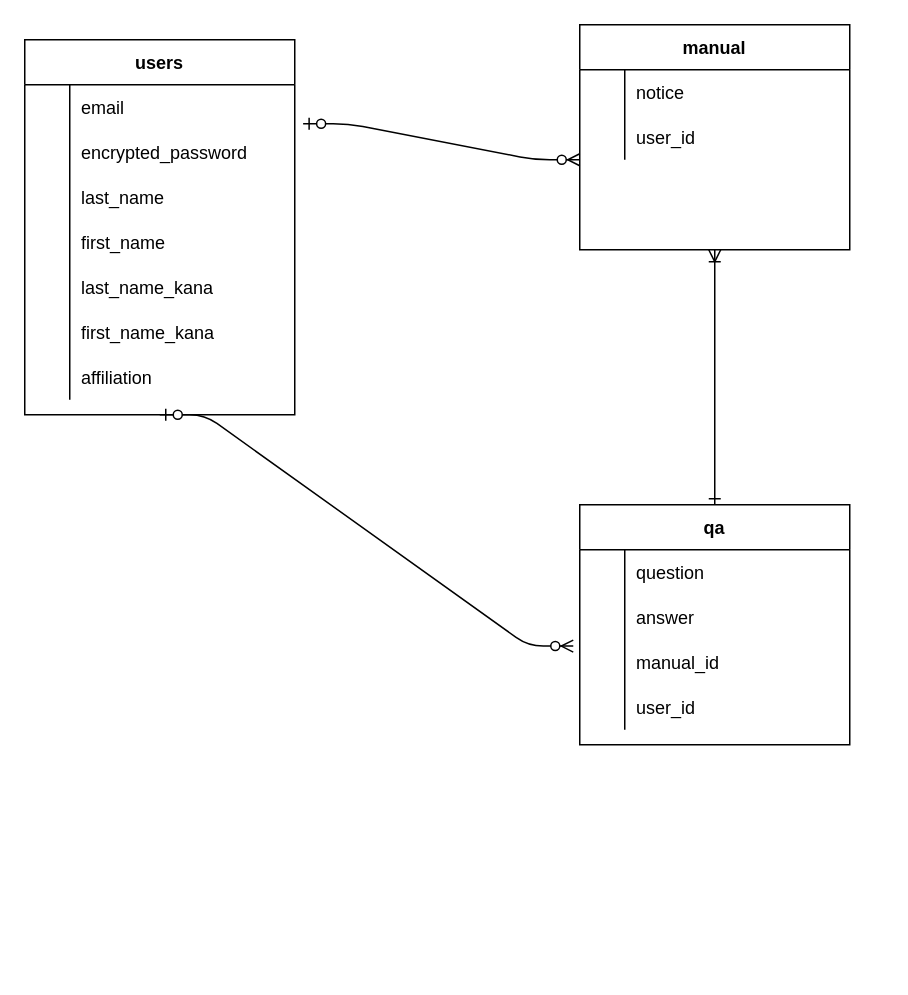
This is test.dio from yohikazu-shibuya/share_works, a draw.io file, before an edit. Source tidied: cells renumbered, new cells numbered last; positions are measured from the earlier drawing's top-left corner, leaving out a move shared by most shapes. Both pictures are drawn from the tidied source at 150%, with x=0, y=0 at pixel (24, 24).
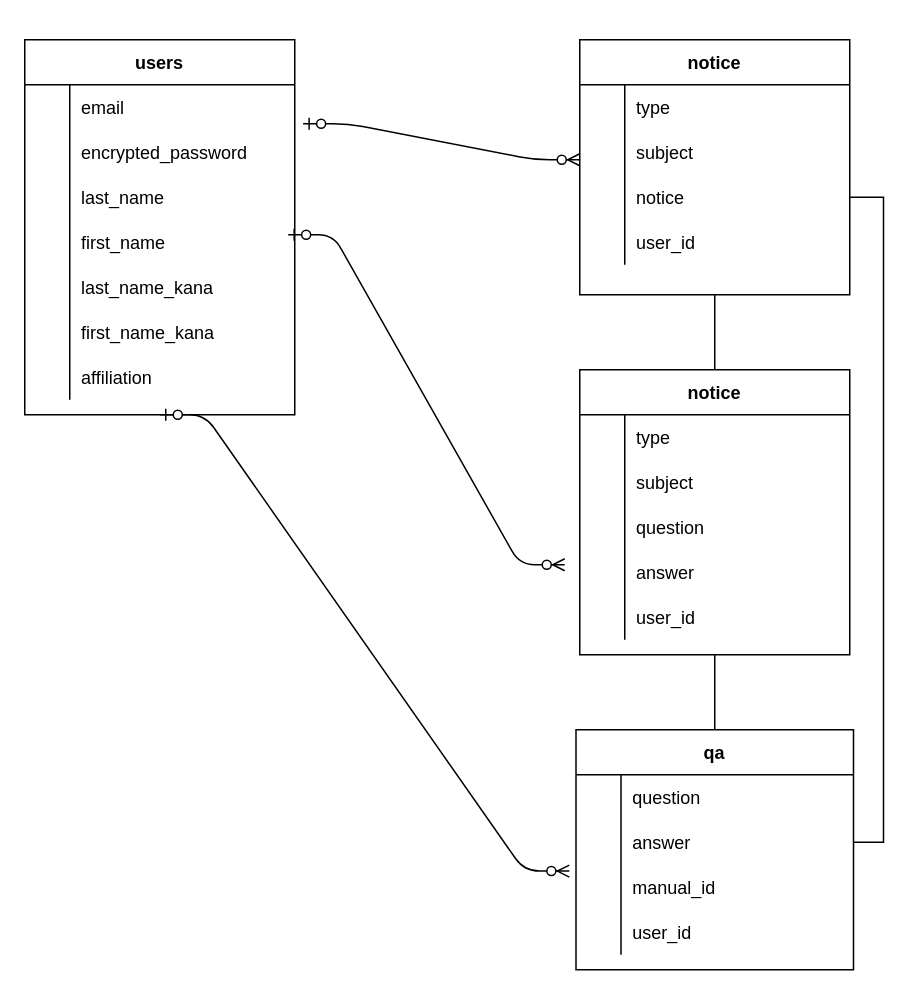
The same page after the edit.

The change refers to these unchanged cells:
```xml
<mxCell id="26" style="shape=partialRectangle;fillColor=none;top=0;left=0;bottom=0;right=0;" parent="25" vertex="1">
  <mxGeometry y="30" width="180" height="30" as="geometry" />
</mxCell>
<mxCell id="29" style="shape=partialRectangle;fillColor=none;top=0;left=0;bottom=0;right=0;" parent="25" vertex="1">
  <mxGeometry y="60" width="180" height="30" as="geometry" />
</mxCell>
```

What changed in the source:
```diff
@@
-    <mxCell id="24" style="edgeStyle=orthogonalEdgeStyle;rounded=0;jettySize=auto;html=1;exitX=0.5;exitY=1;exitDx=0;exitDy=0;entryX=0.5;entryY=0;entryDx=0;entryDy=0;startArrow=ERoneToMany;startFill=0;endArrow=ERone;endFill=0;" parent="1" edge="1" source="25" target="32">
-      <mxGeometry relative="1" as="geometry" />
-    </mxCell>
-    <mxCell id="25" value="manual" style="shape=table;startSize=30;childLayout=tableLayout;rowLines=0;fontStyle=1;align=center;fillColor=none;" parent="1" vertex="1">
-      <mxGeometry x="370" width="180" height="150" as="geometry" />
+    <mxCell id="25" value="notice" style="shape=table;startSize=30;childLayout=tableLayout;rowLines=0;fontStyle=1;align=center;fillColor=none;" parent="1" vertex="1">
+      <mxGeometry x="370" y="10" width="180" height="170" as="geometry" />
     </mxCell>
@@
-    <mxCell id="28" value="notice" style="shape=partialRectangle;fillColor=none;top=0;left=0;bottom=0;right=0;align=left;spacingLeft=6;overflow=hidden;" parent="26" vertex="1">
+    <mxCell id="28" value="type " style="shape=partialRectangle;fillColor=none;top=0;left=0;bottom=0;right=0;align=left;spacingLeft=6;overflow=hidden;" parent="26" vertex="1">
       <mxGeometry x="30" width="150" height="30" as="geometry" />
     </mxCell>
@@
-    <mxCell id="31" value="user_id" style="shape=partialRectangle;fillColor=none;top=0;left=0;bottom=0;right=0;align=left;spacingLeft=6;overflow=hidden;" parent="29" vertex="1">
+    <mxCell id="31" value="subject" style="shape=partialRectangle;fillColor=none;top=0;left=0;bottom=0;right=0;align=left;spacingLeft=6;overflow=hidden;" parent="29" vertex="1">
       <mxGeometry x="30" width="150" height="30" as="geometry" />
     </mxCell>
+    <mxCell id="47" style="shape=partialRectangle;fillColor=none;top=0;left=0;bottom=0;right=0;points=[[0,0.5],[1,0.5]];portConstraint=eastwest;" parent="25" vertex="1">
+      <mxGeometry y="90" width="180" height="30" as="geometry" />
+    </mxCell>
+    <mxCell id="48" style="shape=partialRectangle;fillColor=none;top=0;left=0;bottom=0;right=0;overflow=hidden;" parent="47" vertex="1">
+      <mxGeometry width="30" height="30" as="geometry" />
+    </mxCell>
+    <mxCell id="49" value="notice" style="shape=partialRectangle;fillColor=none;top=0;left=0;bottom=0;right=0;align=left;spacingLeft=6;overflow=hidden;" parent="47" vertex="1">
+      <mxGeometry x="30" width="150" height="30" as="geometry" />
+    </mxCell>
+    <mxCell id="50" style="shape=partialRectangle;fillColor=none;top=0;left=0;bottom=0;right=0;" parent="25" vertex="1">
+      <mxGeometry y="120" width="180" height="30" as="geometry" />
+    </mxCell>
+    <mxCell id="51" style="shape=partialRectangle;fillColor=none;top=0;left=0;bottom=0;right=0;overflow=hidden;" parent="50" vertex="1">
+      <mxGeometry width="30" height="30" as="geometry" />
+    </mxCell>
+    <mxCell id="52" value="user_id" style="shape=partialRectangle;fillColor=none;top=0;left=0;bottom=0;right=0;align=left;spacingLeft=6;overflow=hidden;" parent="50" vertex="1">
+      <mxGeometry x="30" width="150" height="30" as="geometry" />
+    </mxCell>
     <mxCell id="32" value="qa" style="shape=table;startSize=30;childLayout=tableLayout;rowLines=0;fontStyle=1;align=center;fillColor=none;" parent="1" vertex="1">
-      <mxGeometry x="370" y="320" width="180" height="160" as="geometry" />
+      <mxGeometry x="367.5" y="470" width="185" height="160" as="geometry" />
     </mxCell>
     <mxCell id="33" style="shape=partialRectangle;fillColor=none;top=0;left=0;bottom=0;right=0;" parent="32" vertex="1">
-      <mxGeometry y="30" width="180" height="30" as="geometry" />
+      <mxGeometry y="30" width="185" height="30" as="geometry" />
     </mxCell>
@@
     <mxCell id="35" value="question" style="shape=partialRectangle;fillColor=none;top=0;left=0;bottom=0;right=0;align=left;spacingLeft=6;overflow=hidden;" parent="33" vertex="1">
-      <mxGeometry x="30" width="150" height="30" as="geometry" />
+      <mxGeometry x="30" width="155" height="30" as="geometry" />
     </mxCell>
     <mxCell id="36" style="shape=partialRectangle;fillColor=none;top=0;left=0;bottom=0;right=0;points=[[0,0.5],[1,0.5]];portConstraint=eastwest;" parent="32" vertex="1">
-      <mxGeometry y="60" width="180" height="30" as="geometry" />
+      <mxGeometry y="60" width="185" height="30" as="geometry" />
     </mxCell>
@@
     <mxCell id="38" value="answer" style="shape=partialRectangle;fillColor=none;top=0;left=0;bottom=0;right=0;align=left;spacingLeft=6;overflow=hidden;" parent="36" vertex="1">
-      <mxGeometry x="30" width="150" height="30" as="geometry" />
+      <mxGeometry x="30" width="155" height="30" as="geometry" />
     </mxCell>
     <mxCell id="39" style="shape=partialRectangle;fillColor=none;top=0;left=0;bottom=0;right=0;" parent="32" vertex="1">
-      <mxGeometry y="90" width="180" height="30" as="geometry" />
+      <mxGeometry y="90" width="185" height="30" as="geometry" />
     </mxCell>
@@
     <mxCell id="41" value="manual_id" style="shape=partialRectangle;fillColor=none;top=0;left=0;bottom=0;right=0;align=left;spacingLeft=6;overflow=hidden;" parent="39" vertex="1">
-      <mxGeometry x="30" width="150" height="30" as="geometry" />
+      <mxGeometry x="30" width="155" height="30" as="geometry" />
     </mxCell>
     <mxCell id="42" style="shape=partialRectangle;fillColor=none;top=0;left=0;bottom=0;right=0;" parent="32" vertex="1">
-      <mxGeometry y="120" width="180" height="30" as="geometry" />
+      <mxGeometry y="120" width="185" height="30" as="geometry" />
     </mxCell>
@@
     <mxCell id="44" value="user_id" style="shape=partialRectangle;fillColor=none;top=0;left=0;bottom=0;right=0;align=left;spacingLeft=6;overflow=hidden;" parent="42" vertex="1">
-      <mxGeometry x="30" width="150" height="30" as="geometry" />
+      <mxGeometry x="30" width="155" height="30" as="geometry" />
     </mxCell>
@@
+    <mxCell id="53" style="edgeStyle=orthogonalEdgeStyle;rounded=0;jettySize=auto;html=1;exitX=0.5;exitY=1;exitDx=0;exitDy=0;entryX=0.5;entryY=0;entryDx=0;entryDy=0;endArrow=none;endFill=0;" parent="1" edge="1" source="55" target="32">
+      <mxGeometry relative="1" as="geometry" />
+    </mxCell>
+    <mxCell id="54" style="edgeStyle=orthogonalEdgeStyle;rounded=0;jettySize=auto;html=1;exitX=0.5;exitY=0;exitDx=0;exitDy=0;entryX=0.5;entryY=1;entryDx=0;entryDy=0;endArrow=none;endFill=0;" parent="1" edge="1" source="55" target="25">
+      <mxGeometry relative="1" as="geometry" />
+    </mxCell>
+    <mxCell id="55" value="notice" style="shape=table;startSize=30;childLayout=tableLayout;rowLines=0;fontStyle=1;align=center;fillColor=none;" parent="1" vertex="1">
+      <mxGeometry x="370" y="230" width="180" height="190" as="geometry" />
+    </mxCell>
+    <mxCell id="56" style="shape=partialRectangle;fillColor=none;top=0;left=0;bottom=0;right=0;" parent="55" vertex="1">
+      <mxGeometry y="30" width="180" height="30" as="geometry" />
+    </mxCell>
+    <mxCell id="57" style="shape=partialRectangle;fillColor=none;top=0;left=0;bottom=0;right=0;overflow=hidden;" parent="56" vertex="1">
+      <mxGeometry width="30" height="30" as="geometry" />
+    </mxCell>
+    <mxCell id="58" value="type " style="shape=partialRectangle;fillColor=none;top=0;left=0;bottom=0;right=0;align=left;spacingLeft=6;overflow=hidden;" parent="56" vertex="1">
+      <mxGeometry x="30" width="150" height="30" as="geometry" />
+    </mxCell>
+    <mxCell id="59" style="shape=partialRectangle;fillColor=none;top=0;left=0;bottom=0;right=0;" parent="55" vertex="1">
+      <mxGeometry y="60" width="180" height="30" as="geometry" />
+    </mxCell>
+    <mxCell id="60" style="shape=partialRectangle;fillColor=none;top=0;left=0;bottom=0;right=0;overflow=hidden;" parent="59" vertex="1">
+      <mxGeometry width="30" height="30" as="geometry" />
+    </mxCell>
+    <mxCell id="61" value="subject" style="shape=partialRectangle;fillColor=none;top=0;left=0;bottom=0;right=0;align=left;spacingLeft=6;overflow=hidden;" parent="59" vertex="1">
+      <mxGeometry x="30" width="150" height="30" as="geometry" />
+    </mxCell>
+    <mxCell id="62" style="shape=partialRectangle;fillColor=none;top=0;left=0;bottom=0;right=0;" parent="55" vertex="1">
+      <mxGeometry y="90" width="180" height="30" as="geometry" />
+    </mxCell>
+    <mxCell id="63" style="shape=partialRectangle;fillColor=none;top=0;left=0;bottom=0;right=0;overflow=hidden;" parent="62" vertex="1">
+      <mxGeometry width="30" height="30" as="geometry" />
+    </mxCell>
+    <mxCell id="64" value="question" style="shape=partialRectangle;fillColor=none;top=0;left=0;bottom=0;right=0;align=left;spacingLeft=6;overflow=hidden;" parent="62" vertex="1">
+      <mxGeometry x="30" width="150" height="30" as="geometry" />
+    </mxCell>
+    <mxCell id="65" style="shape=partialRectangle;fillColor=none;top=0;left=0;bottom=0;right=0;" parent="55" vertex="1">
+      <mxGeometry y="120" width="180" height="30" as="geometry" />
+    </mxCell>
+    <mxCell id="66" style="shape=partialRectangle;fillColor=none;top=0;left=0;bottom=0;right=0;overflow=hidden;" parent="65" vertex="1">
+      <mxGeometry width="30" height="30" as="geometry" />
+    </mxCell>
+    <mxCell id="67" value="answer" style="shape=partialRectangle;fillColor=none;top=0;left=0;bottom=0;right=0;align=left;spacingLeft=6;overflow=hidden;" parent="65" vertex="1">
+      <mxGeometry x="30" width="150" height="30" as="geometry" />
+    </mxCell>
+    <mxCell id="68" style="shape=partialRectangle;fillColor=none;top=0;left=0;bottom=0;right=0;" parent="55" vertex="1">
+      <mxGeometry y="150" width="180" height="30" as="geometry" />
+    </mxCell>
+    <mxCell id="69" style="shape=partialRectangle;fillColor=none;top=0;left=0;bottom=0;right=0;overflow=hidden;" parent="68" vertex="1">
+      <mxGeometry width="30" height="30" as="geometry" />
+    </mxCell>
+    <mxCell id="70" value="user_id" style="shape=partialRectangle;fillColor=none;top=0;left=0;bottom=0;right=0;align=left;spacingLeft=6;overflow=hidden;" parent="68" vertex="1">
+      <mxGeometry x="30" width="150" height="30" as="geometry" />
+    </mxCell>
+    <mxCell id="71" style="edgeStyle=entityRelationEdgeStyle;fontSize=12;html=1;endArrow=ERzeroToMany;startArrow=ERzeroToOne;exitX=1.031;exitY=0.867;exitDx=0;exitDy=0;exitPerimeter=0;" parent="1" edge="1">
+      <mxGeometry relative="1" as="geometry">
+        <mxPoint x="175.6" y="140" as="sourcePoint" />
+        <mxPoint x="360" y="360" as="targetPoint" />
+      </mxGeometry>
+    </mxCell>
+    <mxCell id="72" style="edgeStyle=orthogonalEdgeStyle;rounded=0;jettySize=auto;html=1;exitX=1;exitY=0.5;exitDx=0;exitDy=0;entryX=1;entryY=0.5;entryDx=0;entryDy=0;endArrow=none;endFill=0;" parent="1" edge="1" source="36" target="47">
+      <mxGeometry relative="1" as="geometry" />
+    </mxCell>
```
